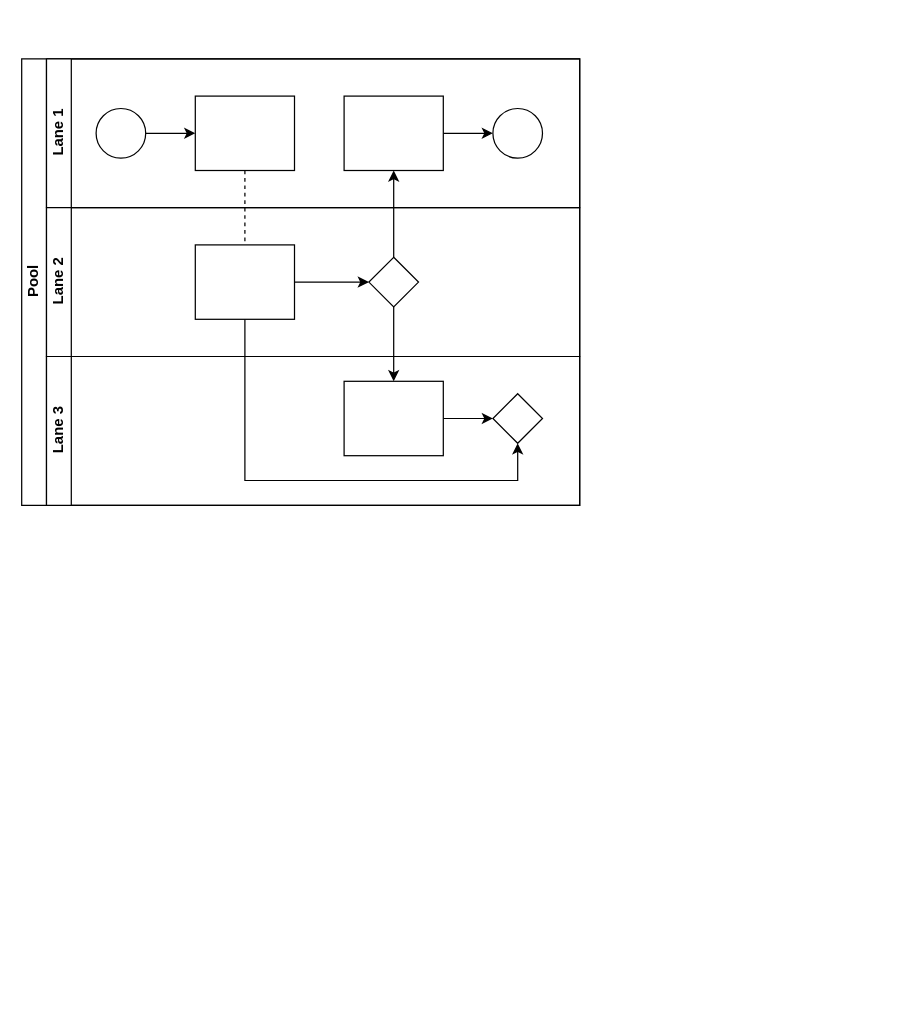
Above: Pagamento.drawio in wholocked1/projeto_eng_software_041 (draw.io), before the change. Source tidied: cells renumbered, new cells numbered last; positions are measured from the earlier drawing's top-left corner, leaving out a move shared by most shapes. Both pictures are drawn from the tidied source at 124%, with x=0, y=0 at pixel (21, 58).
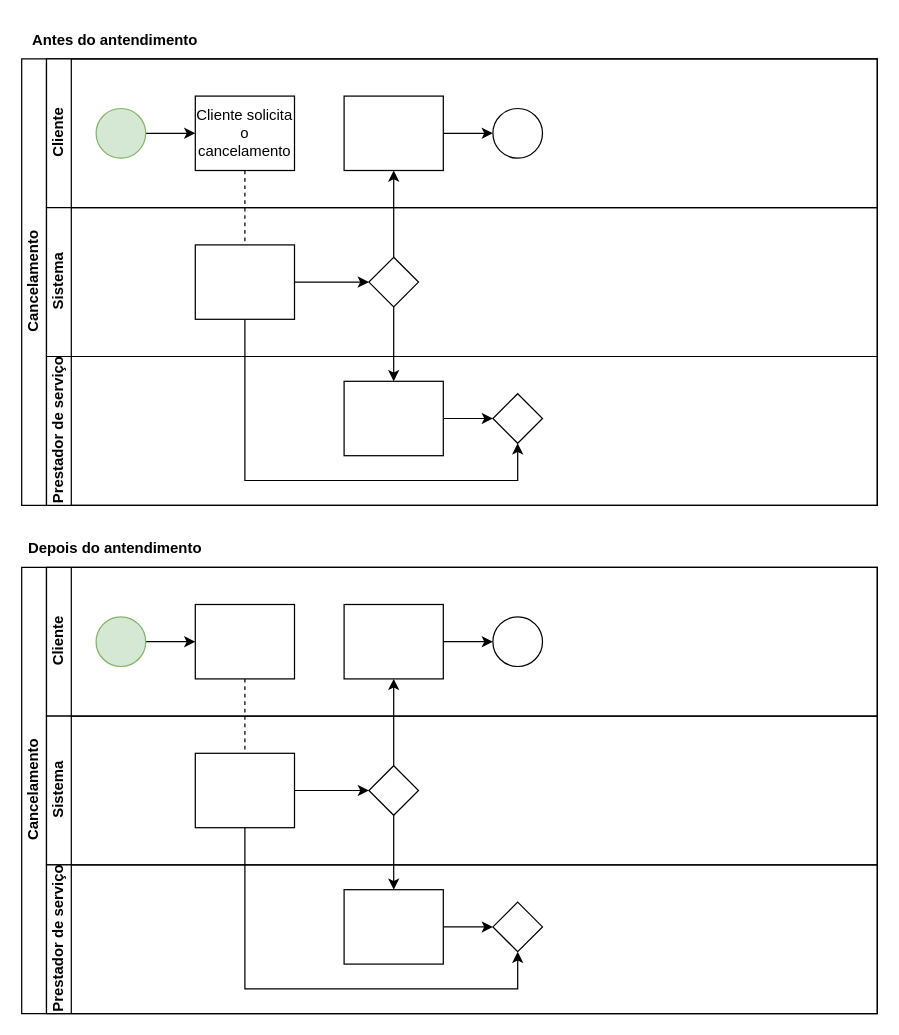
The same diagram, later.

Commit message:
Inicio da atualização do pagamento

Change to the diagram source:
```diff
@@
-    <mxCell id="2" value="Pool" style="swimlane;html=1;horizontal=0;startSize=20;" parent="1" vertex="1">
-      <mxGeometry width="450" height="360" as="geometry" />
+    <mxCell id="2" value="Cancelamento" style="swimlane;html=1;horizontal=0;startSize=20;" parent="1" vertex="1">
+      <mxGeometry width="690" height="360" as="geometry" />
     </mxCell>
@@
-    <mxCell id="7" value="Lane 1" style="swimlane;html=1;startSize=20;horizontal=0;" parent="2" vertex="1">
-      <mxGeometry x="20" width="430" height="120" as="geometry" />
+    <mxCell id="7" value="Cliente" style="swimlane;html=1;startSize=20;horizontal=0;" parent="2" vertex="1">
+      <mxGeometry x="20" width="670" height="120" as="geometry" />
     </mxCell>
@@
-    <mxCell id="9" style="ellipse;whiteSpace=wrap;html=1;" parent="7" vertex="1">
+    <mxCell id="9" style="ellipse;whiteSpace=wrap;html=1;fillColor=#d5e8d4;strokeColor=#82b366;" parent="7" vertex="1">
       <mxGeometry x="40" y="40" width="40" height="40" as="geometry" />
     </mxCell>
-    <mxCell id="10" style="rounded=0;whiteSpace=wrap;html=1;fontFamily=Helvetica;fontSize=12;fontColor=#000000;align=center;" parent="7" vertex="1">
+    <mxCell id="10" value="Cliente solicita o cancelamento" style="rounded=0;whiteSpace=wrap;html=1;fontFamily=Helvetica;fontSize=12;fontColor=#000000;align=center;" parent="7" vertex="1">
       <mxGeometry x="120" y="30" width="80" height="60" as="geometry" />
     </mxCell>
@@
-    <mxCell id="14" value="Lane 2" style="swimlane;html=1;startSize=20;horizontal=0;" parent="2" vertex="1">
-      <mxGeometry x="20" y="120" width="430" height="120" as="geometry" />
+    <mxCell id="14" value="Sistema" style="swimlane;html=1;startSize=20;horizontal=0;" parent="2" vertex="1">
+      <mxGeometry x="20" y="120" width="670" height="120" as="geometry" />
     </mxCell>
@@
-    <mxCell id="18" value="Lane 3" style="swimlane;html=1;startSize=20;horizontal=0;" parent="2" vertex="1">
-      <mxGeometry x="20" y="240" width="430" height="120" as="geometry" />
+    <mxCell id="18" value="Prestador de serviço" style="swimlane;html=1;startSize=20;horizontal=0;" parent="2" vertex="1">
+      <mxGeometry x="20" y="240" width="670" height="120" as="geometry" />
     </mxCell>
@@
+    <mxCell id="22" value="Cancelamento" style="swimlane;html=1;horizontal=0;startSize=20;" parent="1" vertex="1">
+      <mxGeometry y="410" width="690" height="360" as="geometry" />
+    </mxCell>
+    <mxCell id="23" style="edgeStyle=orthogonalEdgeStyle;rounded=0;jettySize=auto;html=1;dashed=1;endArrow=none;endFill=0;" parent="22" edge="1" source="30" target="36">
+      <mxGeometry relative="1" as="geometry" />
+    </mxCell>
+    <mxCell id="24" style="edgeStyle=orthogonalEdgeStyle;rounded=0;jettySize=auto;html=1;endArrow=classic;endFill=1;" parent="22" edge="1" source="37" target="32">
+      <mxGeometry relative="1" as="geometry" />
+    </mxCell>
+    <mxCell id="25" style="edgeStyle=orthogonalEdgeStyle;rounded=0;jettySize=auto;html=1;endArrow=classic;endFill=1;" parent="22" edge="1" source="37" target="40">
+      <mxGeometry relative="1" as="geometry" />
+    </mxCell>
+    <mxCell id="26" style="edgeStyle=orthogonalEdgeStyle;rounded=0;jettySize=auto;html=1;endArrow=classic;endFill=1;" parent="22" edge="1" source="36" target="41">
+      <mxGeometry relative="1" as="geometry">
+        <Array as="points">
+          <mxPoint x="180" y="340" />
+          <mxPoint x="400" y="340" />
+        </Array>
+      </mxGeometry>
+    </mxCell>
+    <mxCell id="27" value="Cliente" style="swimlane;html=1;startSize=20;horizontal=0;" parent="22" vertex="1">
+      <mxGeometry x="20" width="670" height="120" as="geometry" />
+    </mxCell>
+    <mxCell id="28" style="edgeStyle=orthogonalEdgeStyle;rounded=0;jettySize=auto;html=1;" parent="27" edge="1" source="29" target="30">
+      <mxGeometry relative="1" as="geometry" />
+    </mxCell>
+    <mxCell id="29" style="ellipse;whiteSpace=wrap;html=1;fillColor=#d5e8d4;strokeColor=#82b366;" parent="27" vertex="1">
+      <mxGeometry x="40" y="40" width="40" height="40" as="geometry" />
+    </mxCell>
+    <mxCell id="30" style="rounded=0;whiteSpace=wrap;html=1;fontFamily=Helvetica;fontSize=12;fontColor=#000000;align=center;" parent="27" vertex="1">
+      <mxGeometry x="120" y="30" width="80" height="60" as="geometry" />
+    </mxCell>
+    <mxCell id="31" style="edgeStyle=orthogonalEdgeStyle;rounded=0;jettySize=auto;html=1;endArrow=classic;endFill=1;" parent="27" edge="1" source="32" target="33">
+      <mxGeometry relative="1" as="geometry" />
+    </mxCell>
+    <mxCell id="32" style="rounded=0;whiteSpace=wrap;html=1;fontFamily=Helvetica;fontSize=12;fontColor=#000000;align=center;" parent="27" vertex="1">
+      <mxGeometry x="240" y="30" width="80" height="60" as="geometry" />
+    </mxCell>
+    <mxCell id="33" style="ellipse;whiteSpace=wrap;html=1;" parent="27" vertex="1">
+      <mxGeometry x="360" y="40" width="40" height="40" as="geometry" />
+    </mxCell>
+    <mxCell id="34" value="Sistema" style="swimlane;html=1;startSize=20;horizontal=0;" parent="22" vertex="1">
+      <mxGeometry x="20" y="120" width="670" height="120" as="geometry" />
+    </mxCell>
+    <mxCell id="35" style="edgeStyle=orthogonalEdgeStyle;rounded=0;jettySize=auto;html=1;endArrow=classic;endFill=1;" parent="34" edge="1" source="36" target="37">
+      <mxGeometry relative="1" as="geometry" />
+    </mxCell>
+    <mxCell id="36" style="rounded=0;whiteSpace=wrap;html=1;fontFamily=Helvetica;fontSize=12;fontColor=#000000;align=center;" parent="34" vertex="1">
+      <mxGeometry x="120" y="30" width="80" height="60" as="geometry" />
+    </mxCell>
+    <mxCell id="37" style="rhombus;whiteSpace=wrap;html=1;fontFamily=Helvetica;fontSize=12;fontColor=#000000;align=center;" parent="34" vertex="1">
+      <mxGeometry x="260" y="40" width="40" height="40" as="geometry" />
+    </mxCell>
+    <mxCell id="38" value="Prestador de serviço" style="swimlane;html=1;startSize=20;horizontal=0;" parent="22" vertex="1">
+      <mxGeometry x="20" y="240" width="670" height="120" as="geometry" />
+    </mxCell>
+    <mxCell id="39" style="edgeStyle=orthogonalEdgeStyle;rounded=0;jettySize=auto;html=1;endArrow=classic;endFill=1;" parent="38" edge="1" source="40" target="41">
+      <mxGeometry relative="1" as="geometry" />
+    </mxCell>
+    <mxCell id="40" style="rounded=0;whiteSpace=wrap;html=1;fontFamily=Helvetica;fontSize=12;fontColor=#000000;align=center;" parent="38" vertex="1">
+      <mxGeometry x="240" y="20" width="80" height="60" as="geometry" />
+    </mxCell>
+    <mxCell id="41" style="rhombus;whiteSpace=wrap;html=1;fontFamily=Helvetica;fontSize=12;fontColor=#000000;align=center;" parent="38" vertex="1">
+      <mxGeometry x="360" y="30" width="40" height="40" as="geometry" />
+    </mxCell>
+    <mxCell id="42" value="Antes do antendimento" style="text;html=1;align=center;verticalAlign=middle;strokeColor=none;fillColor=none;fontStyle=1;" parent="1" vertex="1">
+      <mxGeometry y="-30" width="150" height="30" as="geometry" />
+    </mxCell>
+    <mxCell id="43" value="Depois do antendimento" style="text;html=1;align=center;verticalAlign=middle;strokeColor=none;fillColor=none;fontStyle=1;" parent="1" vertex="1">
+      <mxGeometry y="380" width="150" height="30" as="geometry" />
+    </mxCell>
```
